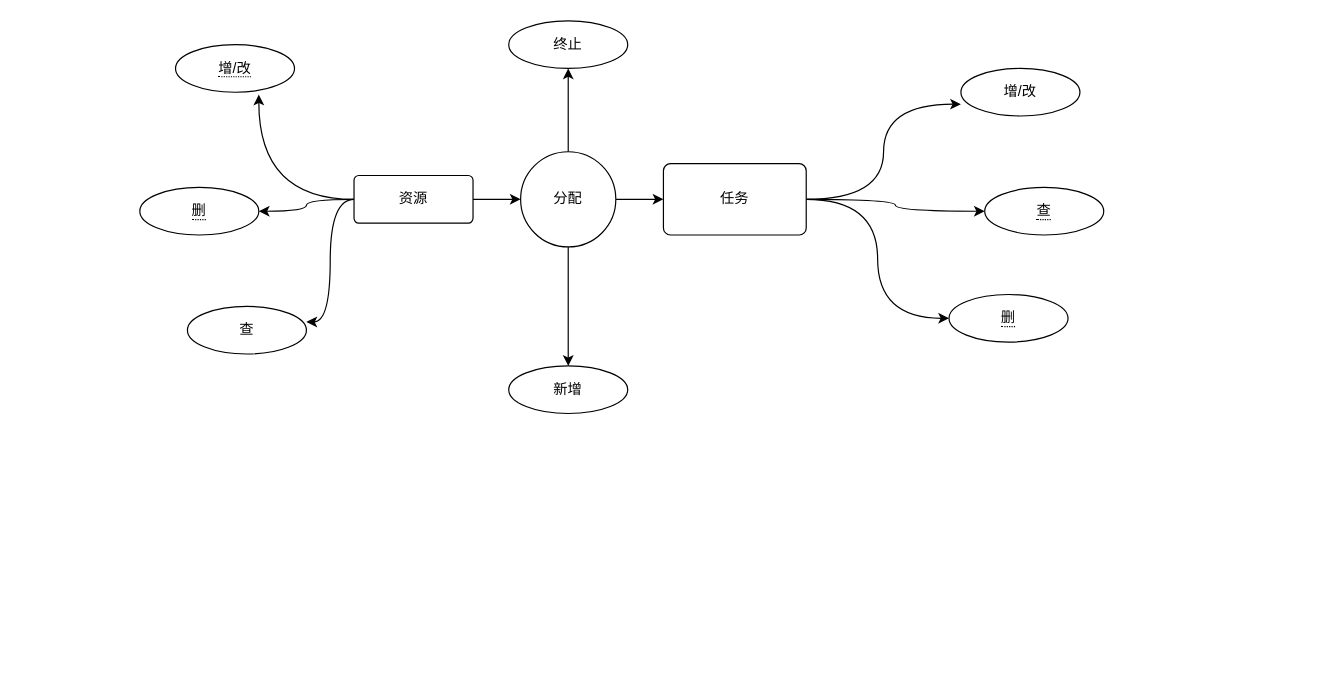
The draw.io diagram 未命名绘图.drawio in xiaomianyang/oms, before the edit. Source tidied: cells renumbered, new cells numbered last; positions are measured from the earlier drawing's top-left corner, leaving out a move shared by most shapes. Both pictures are drawn from the tidied source at 119%, with x=0, y=0 at pixel (139, 20).
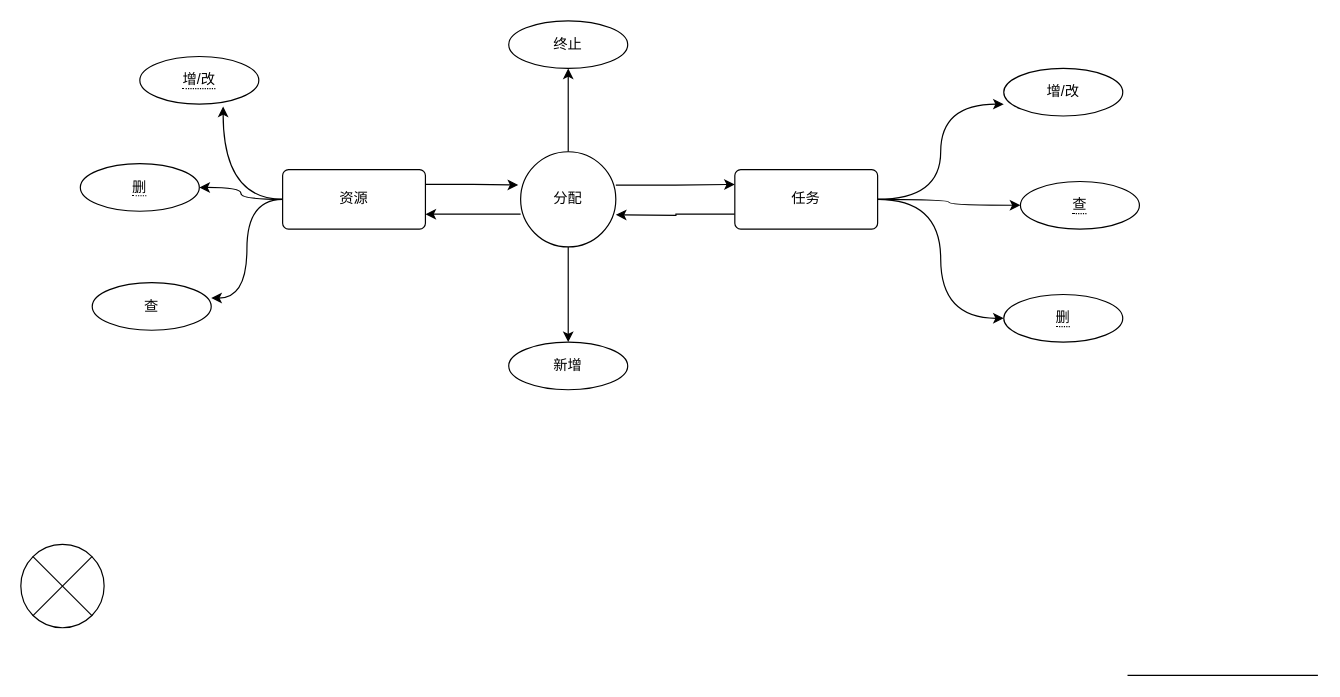
The same page after the edit.

Commit message:
更新未命名绘图.drawio

Unchanged cells that the change refers to:
```xml
<mxCell id="13" value="分配" style="ellipse;whiteSpace=wrap;html=1;rounded=1;arcSize=10;" parent="1" vertex="1">
  <mxGeometry x="320" y="110" width="80" height="80" as="geometry" />
</mxCell>
```

Diff of the diagram source:
```diff
@@
-    <mxCell id="2" style="edgeStyle=orthogonalEdgeStyle;rounded=0;jettySize=auto;html=1;" parent="1" edge="1" source="6" target="13">
+    <mxCell id="2" style="edgeStyle=orthogonalEdgeStyle;rounded=0;jettySize=auto;html=1;exitX=1;exitY=0.25;exitDx=0;exitDy=0;entryX=-0.025;entryY=0.35;entryDx=0;entryDy=0;entryPerimeter=0;" parent="1" edge="1" source="6" target="13">
       <mxGeometry relative="1" as="geometry" />
     </mxCell>
@@
     <mxCell id="6" value="资源" style="rounded=1;arcSize=10;whiteSpace=wrap;html=1;align=center;" parent="1" vertex="1">
-      <mxGeometry x="180" y="130" width="100" height="40" as="geometry" />
+      <mxGeometry x="120" y="125" width="120" height="50" as="geometry" />
     </mxCell>
     <mxCell id="7" value="查" style="ellipse;whiteSpace=wrap;html=1;align=center;" parent="1" vertex="1">
-      <mxGeometry x="40" y="240" width="100" height="40" as="geometry" />
+      <mxGeometry x="-40" y="220" width="100" height="40" as="geometry" />
     </mxCell>
     <mxCell id="8" value="&lt;span style=&quot;border-bottom: 1px dotted&quot;&gt;增/改&lt;/span&gt;" style="ellipse;whiteSpace=wrap;html=1;align=center;" parent="1" vertex="1">
-      <mxGeometry x="30" y="20" width="100" height="40" as="geometry" />
+      <mxGeometry y="30" width="100" height="40" as="geometry" />
     </mxCell>
     <mxCell id="9" value="&lt;span style=&quot;border-bottom: 1px dotted&quot;&gt;删&lt;/span&gt;" style="ellipse;whiteSpace=wrap;html=1;align=center;" parent="1" vertex="1">
-      <mxGeometry y="140" width="100" height="40" as="geometry" />
+      <mxGeometry x="-50" y="120" width="100" height="40" as="geometry" />
     </mxCell>
-    <mxCell id="10" style="edgeStyle=orthogonalEdgeStyle;rounded=0;jettySize=auto;html=1;" parent="1" edge="1" source="13" target="17">
+    <mxCell id="10" style="edgeStyle=orthogonalEdgeStyle;rounded=0;jettySize=auto;html=1;entryX=0;entryY=0.25;entryDx=0;entryDy=0;exitX=1;exitY=0.35;exitDx=0;exitDy=0;exitPerimeter=0;" parent="1" edge="1" source="13" target="17">
       <mxGeometry relative="1" as="geometry" />
     </mxCell>
@@
+    <mxCell id="23" style="edgeStyle=orthogonalEdgeStyle;rounded=0;jettySize=auto;html=1;entryX=1;entryY=0.75;entryDx=0;entryDy=0;exitX=0;exitY=0.656;exitDx=0;exitDy=0;exitPerimeter=0;" parent="1" edge="1" source="13" target="6">
+      <mxGeometry relative="1" as="geometry" />
+    </mxCell>
@@
+    <mxCell id="24" style="edgeStyle=orthogonalEdgeStyle;rounded=0;jettySize=auto;html=1;exitX=0;exitY=0.75;exitDx=0;exitDy=0;" parent="1" edge="1" source="17">
+      <mxGeometry relative="1" as="geometry">
+        <mxPoint x="400" y="163" as="targetPoint" />
+      </mxGeometry>
+    </mxCell>
     <mxCell id="17" value="任务" style="whiteSpace=wrap;html=1;rounded=1;arcSize=10;" parent="1" vertex="1">
-      <mxGeometry x="440" y="120" width="120" height="60" as="geometry" />
+      <mxGeometry x="500" y="125" width="120" height="50" as="geometry" />
     </mxCell>
     <mxCell id="18" value="增/改" style="ellipse;whiteSpace=wrap;html=1;align=center;" parent="1" vertex="1">
-      <mxGeometry x="690" y="40" width="100" height="40" as="geometry" />
+      <mxGeometry x="726" y="40" width="100" height="40" as="geometry" />
     </mxCell>
     <mxCell id="19" value="&lt;span style=&quot;border-bottom: 1px dotted&quot;&gt;查&lt;/span&gt;" style="ellipse;whiteSpace=wrap;html=1;align=center;" parent="1" vertex="1">
-      <mxGeometry x="710" y="140" width="100" height="40" as="geometry" />
+      <mxGeometry x="740" y="135" width="100" height="40" as="geometry" />
     </mxCell>
     <mxCell id="20" value="&lt;span style=&quot;border-bottom: 1px dotted&quot;&gt;删&lt;/span&gt;" style="ellipse;whiteSpace=wrap;html=1;align=center;" parent="1" vertex="1">
-      <mxGeometry x="680" y="230" width="100" height="40" as="geometry" />
+      <mxGeometry x="726" y="230" width="100" height="40" as="geometry" />
     </mxCell>
     <mxCell id="21" value="新增" style="ellipse;whiteSpace=wrap;html=1;align=center;" parent="1" vertex="1">
-      <mxGeometry x="310" y="290" width="100" height="40" as="geometry" />
+      <mxGeometry x="310" y="270" width="100" height="40" as="geometry" />
     </mxCell>
@@
+    <mxCell id="25" style="verticalLabelPosition=bottom;verticalAlign=top;html=1;shape=mxgraph.flowchart.or;" parent="1" vertex="1">
+      <mxGeometry x="-100" y="440" width="70" height="70" as="geometry" />
+    </mxCell>
+    <mxCell id="26" style="endArrow=none;html=1;rounded=0;" parent="1" edge="1">
+      <mxGeometry relative="1" as="geometry">
+        <mxPoint x="830" y="550" as="sourcePoint" />
+        <mxPoint x="990" y="550" as="targetPoint" />
+      </mxGeometry>
+    </mxCell>
```
